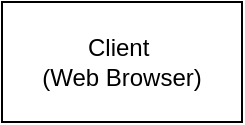
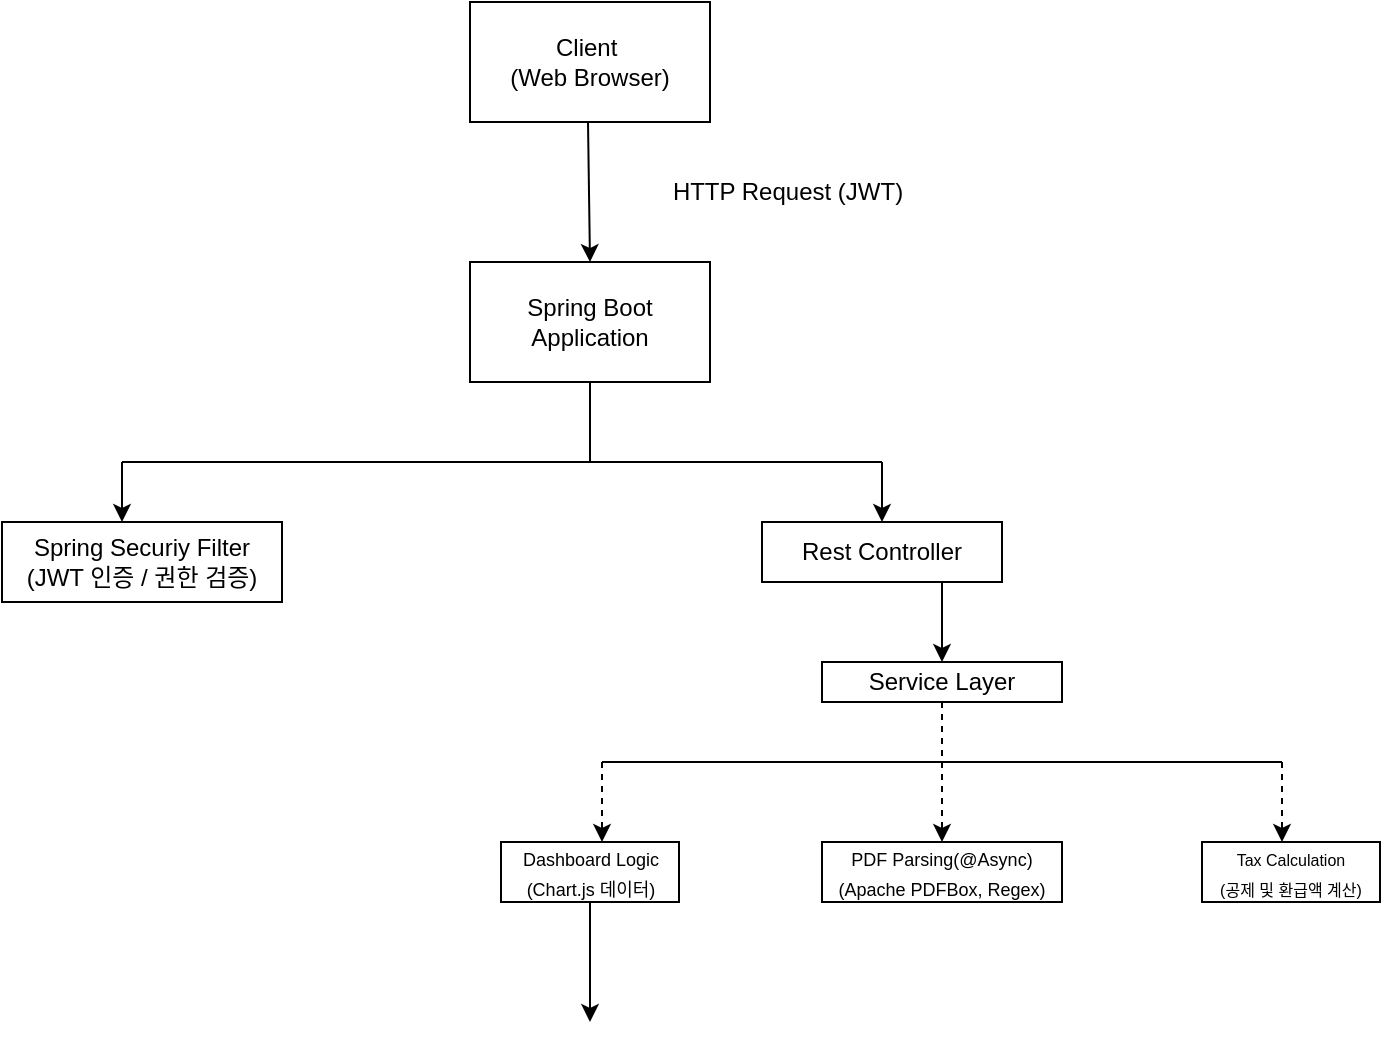
<mxfile host="app.diagrams.net" agent="Mozilla/5.0 (Windows NT 10.0; Win64; x64) AppleWebKit/537.36 (KHTML, like Gecko) Chrome/150.0.0.0 Safari/537.36" version="28.2.8">
  <diagram name="페이지-1" id="4kp-m6i04VOWGrunXJ56">
-     <mxGraphModel dx="1895" dy="958" grid="1" gridSize="10" guides="1" tooltips="1" connect="1" arrows="1" fold="1" page="1" pageScale="1" pageWidth="827" pageHeight="1169" math="0" shadow="0">
+     <mxGraphModel dx="906" dy="458" grid="1" gridSize="10" guides="1" tooltips="1" connect="1" arrows="1" fold="1" page="1" pageScale="1" pageWidth="827" pageHeight="1169" math="0" shadow="0">
      <root>
        <mxCell id="0" />
        <mxCell id="1" parent="0" />
-         <mxCell id="VYmjPpiDpjrAah7BQ8Lu-1" value="Client&amp;nbsp;&lt;div&gt;(Web Browser)&lt;/div&gt;" style="rounded=0;whiteSpace=wrap;html=1;" vertex="1" parent="1">
+         <mxCell id="VYmjPpiDpjrAah7BQ8Lu-1" value="Client&amp;nbsp;&lt;div&gt;(Web Browser)&lt;/div&gt;" style="rounded=0;whiteSpace=wrap;html=1;" parent="1" vertex="1">
          <mxGeometry x="354" y="20" width="120" height="60" as="geometry" />
+         </mxCell>
+         <mxCell id="wzky8q1Li_-igpvC3kRc-1" value="Spring Boot&lt;div&gt;Application&lt;/div&gt;" style="rounded=0;whiteSpace=wrap;html=1;" vertex="1" parent="1">
+           <mxGeometry x="354" y="150" width="120" height="60" as="geometry" />
+         </mxCell>
+         <mxCell id="wzky8q1Li_-igpvC3kRc-2" value="" style="endArrow=classic;html=1;rounded=0;entryX=0.5;entryY=0;entryDx=0;entryDy=0;" edge="1" parent="1" target="wzky8q1Li_-igpvC3kRc-1">
+           <mxGeometry width="50" height="50" relative="1" as="geometry">
+             <mxPoint x="413" y="80" as="sourcePoint" />
+             <mxPoint x="463" y="30" as="targetPoint" />
+           </mxGeometry>
+         </mxCell>
+         <mxCell id="wzky8q1Li_-igpvC3kRc-3" value="HTTP Request (JWT)" style="text;html=1;whiteSpace=wrap;strokeColor=none;fillColor=none;align=center;verticalAlign=middle;rounded=0;" vertex="1" parent="1">
+           <mxGeometry x="430" y="100" width="166" height="30" as="geometry" />
+         </mxCell>
+         <mxCell id="wzky8q1Li_-igpvC3kRc-5" value="" style="endArrow=none;html=1;rounded=0;entryX=0.5;entryY=1;entryDx=0;entryDy=0;" edge="1" parent="1" target="wzky8q1Li_-igpvC3kRc-1">
+           <mxGeometry width="50" height="50" relative="1" as="geometry">
+             <mxPoint x="414" y="250" as="sourcePoint" />
+             <mxPoint x="460" y="240" as="targetPoint" />
+           </mxGeometry>
+         </mxCell>
+         <mxCell id="wzky8q1Li_-igpvC3kRc-7" value="" style="endArrow=none;html=1;rounded=0;" edge="1" parent="1">
+           <mxGeometry width="50" height="50" relative="1" as="geometry">
+             <mxPoint x="180" y="250" as="sourcePoint" />
+             <mxPoint x="560" y="250" as="targetPoint" />
+           </mxGeometry>
+         </mxCell>
+         <mxCell id="wzky8q1Li_-igpvC3kRc-9" value="" style="endArrow=classic;html=1;rounded=0;" edge="1" parent="1">
+           <mxGeometry width="50" height="50" relative="1" as="geometry">
+             <mxPoint x="180" y="250" as="sourcePoint" />
+             <mxPoint x="180" y="280" as="targetPoint" />
+           </mxGeometry>
+         </mxCell>
+         <mxCell id="wzky8q1Li_-igpvC3kRc-10" value="Spring Securiy Filter&lt;div&gt;(JWT 인증 / 권한 검증)&lt;/div&gt;" style="rounded=0;whiteSpace=wrap;html=1;" vertex="1" parent="1">
+           <mxGeometry x="120" y="280" width="140" height="40" as="geometry" />
+         </mxCell>
+         <mxCell id="wzky8q1Li_-igpvC3kRc-11" value="" style="endArrow=classic;html=1;rounded=0;" edge="1" parent="1">
+           <mxGeometry width="50" height="50" relative="1" as="geometry">
+             <mxPoint x="560" y="250" as="sourcePoint" />
+             <mxPoint x="560" y="280" as="targetPoint" />
+           </mxGeometry>
+         </mxCell>
+         <mxCell id="wzky8q1Li_-igpvC3kRc-12" value="Rest Controller" style="rounded=0;whiteSpace=wrap;html=1;" vertex="1" parent="1">
+           <mxGeometry x="500" y="280" width="120" height="30" as="geometry" />
+         </mxCell>
+         <mxCell id="wzky8q1Li_-igpvC3kRc-13" value="" style="endArrow=classic;html=1;rounded=0;" edge="1" parent="1">
+           <mxGeometry width="50" height="50" relative="1" as="geometry">
+             <mxPoint x="590" y="310" as="sourcePoint" />
+             <mxPoint x="590" y="350" as="targetPoint" />
+           </mxGeometry>
+         </mxCell>
+         <mxCell id="wzky8q1Li_-igpvC3kRc-14" value="Service Layer" style="rounded=0;whiteSpace=wrap;html=1;" vertex="1" parent="1">
+           <mxGeometry x="530" y="350" width="120" height="20" as="geometry" />
+         </mxCell>
+         <mxCell id="wzky8q1Li_-igpvC3kRc-16" value="" style="endArrow=classic;html=1;rounded=0;dashed=1;" edge="1" parent="1">
+           <mxGeometry width="50" height="50" relative="1" as="geometry">
+             <mxPoint x="590" y="370" as="sourcePoint" />
+             <mxPoint x="590" y="440" as="targetPoint" />
+           </mxGeometry>
+         </mxCell>
+         <mxCell id="wzky8q1Li_-igpvC3kRc-17" value="" style="endArrow=none;html=1;rounded=0;" edge="1" parent="1">
+           <mxGeometry width="50" height="50" relative="1" as="geometry">
+             <mxPoint x="420" y="400" as="sourcePoint" />
+             <mxPoint x="760" y="400" as="targetPoint" />
+           </mxGeometry>
+         </mxCell>
+         <mxCell id="wzky8q1Li_-igpvC3kRc-18" value="" style="endArrow=classic;html=1;rounded=0;dashed=1;" edge="1" parent="1">
+           <mxGeometry width="50" height="50" relative="1" as="geometry">
+             <mxPoint x="420" y="400" as="sourcePoint" />
+             <mxPoint x="420" y="440" as="targetPoint" />
+           </mxGeometry>
+         </mxCell>
+         <mxCell id="wzky8q1Li_-igpvC3kRc-19" value="" style="endArrow=classic;html=1;rounded=0;dashed=1;" edge="1" parent="1">
+           <mxGeometry width="50" height="50" relative="1" as="geometry">
+             <mxPoint x="760" y="400" as="sourcePoint" />
+             <mxPoint x="760" y="440" as="targetPoint" />
+           </mxGeometry>
+         </mxCell>
+         <mxCell id="wzky8q1Li_-igpvC3kRc-20" value="&lt;font style=&quot;font-size: 9px;&quot;&gt;Dashboard Logic&lt;/font&gt;&lt;div&gt;&lt;font style=&quot;font-size: 9px;&quot;&gt;(Chart.js 데이터)&lt;/font&gt;&lt;/div&gt;" style="rounded=0;whiteSpace=wrap;html=1;" vertex="1" parent="1">
+           <mxGeometry x="369.5" y="440" width="89" height="30" as="geometry" />
+         </mxCell>
+         <mxCell id="wzky8q1Li_-igpvC3kRc-21" value="&lt;font style=&quot;font-size: 9px;&quot;&gt;PDF Parsing(@Async)&lt;/font&gt;&lt;div&gt;&lt;font style=&quot;font-size: 9px;&quot;&gt;(Apache PDFBox, Regex)&lt;/font&gt;&lt;/div&gt;" style="rounded=0;whiteSpace=wrap;html=1;" vertex="1" parent="1">
+           <mxGeometry x="530" y="440" width="120" height="30" as="geometry" />
+         </mxCell>
+         <mxCell id="wzky8q1Li_-igpvC3kRc-22" value="&lt;font style=&quot;font-size: 8px;&quot;&gt;Tax Calculation&lt;/font&gt;&lt;div&gt;&lt;font style=&quot;font-size: 8px;&quot;&gt;(공제 및 환급액 계산)&lt;/font&gt;&lt;/div&gt;" style="rounded=0;whiteSpace=wrap;html=1;" vertex="1" parent="1">
+           <mxGeometry x="720" y="440" width="89" height="30" as="geometry" />
+         </mxCell>
+         <mxCell id="wzky8q1Li_-igpvC3kRc-23" value="" style="endArrow=classic;html=1;rounded=0;exitX=0.5;exitY=1;exitDx=0;exitDy=0;" edge="1" parent="1" source="wzky8q1Li_-igpvC3kRc-20">
+           <mxGeometry width="50" height="50" relative="1" as="geometry">
+             <mxPoint x="380" y="560" as="sourcePoint" />
+             <mxPoint x="414" y="530" as="targetPoint" />
+           </mxGeometry>
        </mxCell>
      </root>
    </mxGraphModel>
  </diagram>
</mxfile>
